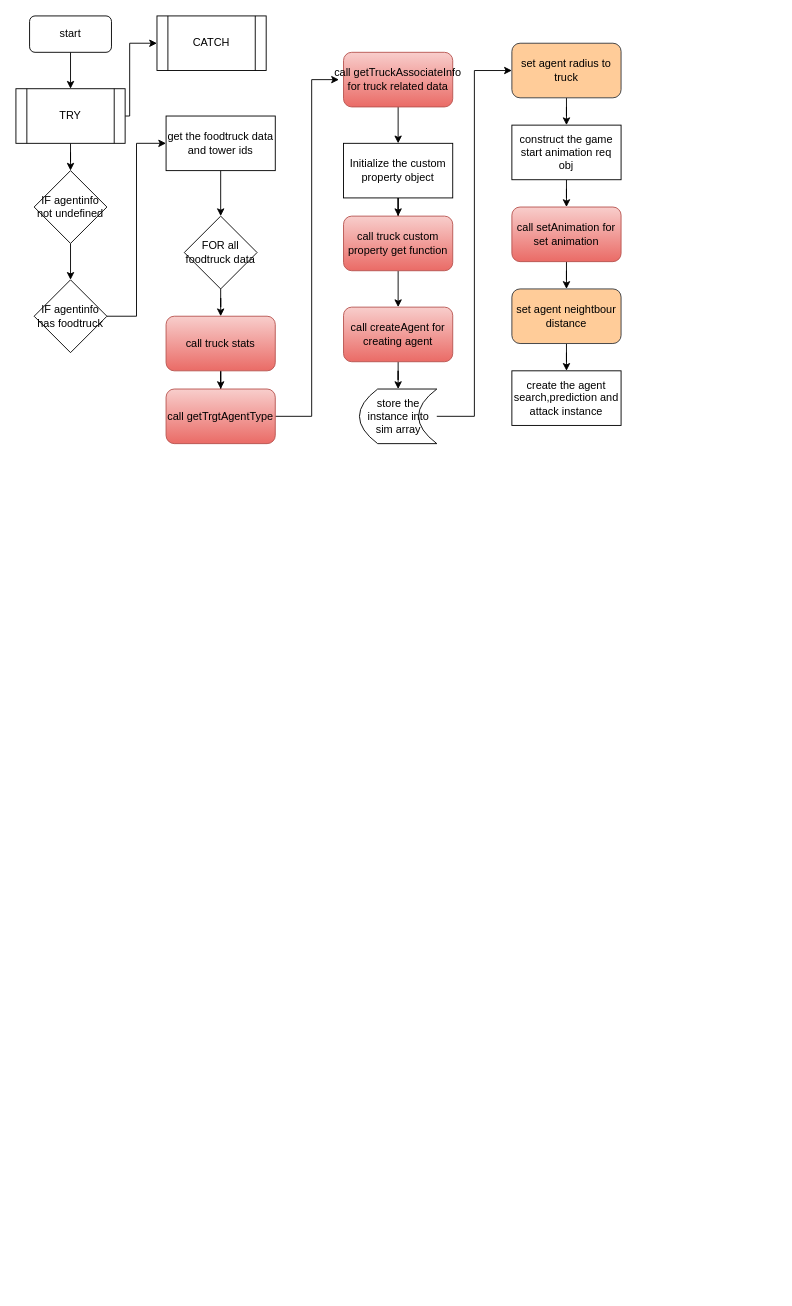
Earlier version of the draw.io diagram Agents/createAgents.drawio (sivagit/diagrams). Source tidied: cells renumbered, new cells numbered last; positions are measured from the earlier drawing's top-left corner, leaving out a move shared by most shapes. Both pictures are drawn from the tidied source at 91%, with x=0, y=0 at pixel (15, 15).
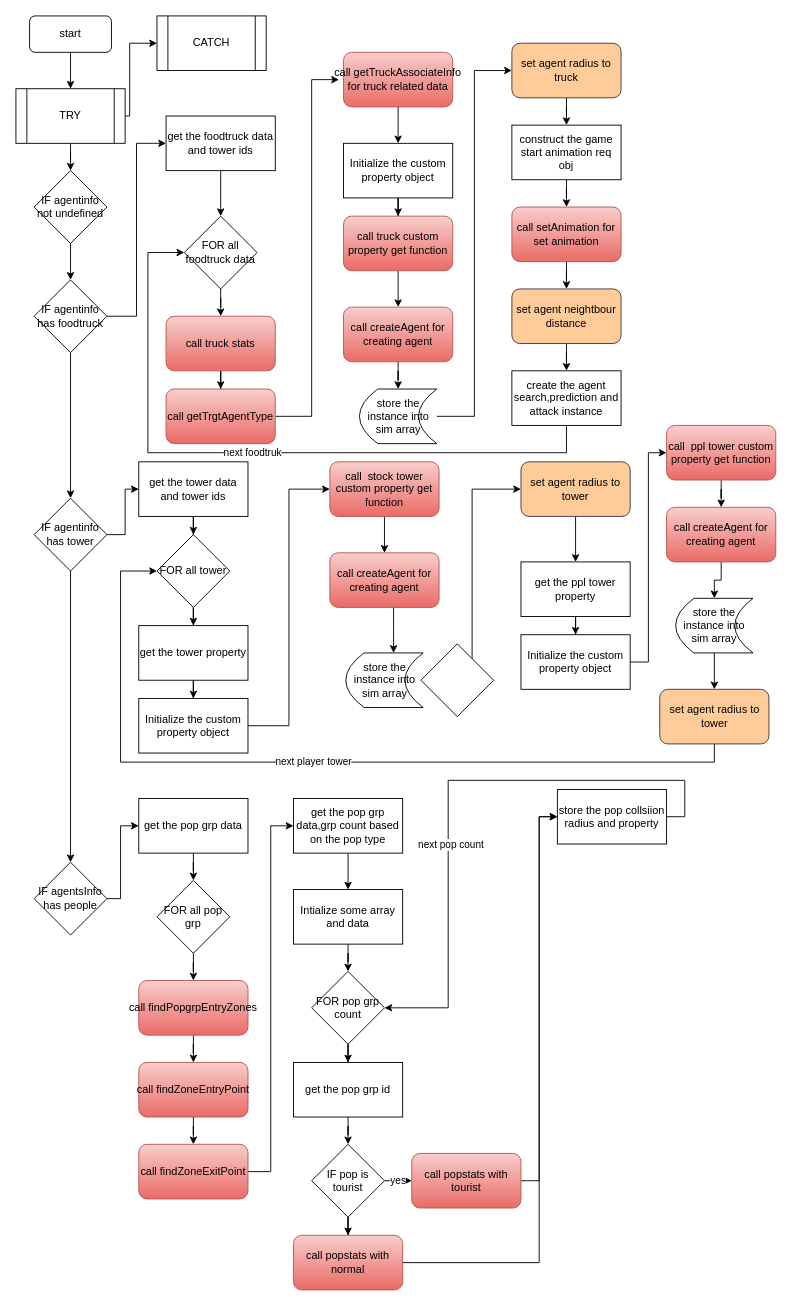
The same diagram, later.

Unchanged cells that the change refers to:
```xml
<mxCell id="11" value="IF agentinfo has foodtruck" style="rhombus;whiteSpace=wrap;html=1;" parent="1" vertex="1">
  <mxGeometry x="20" y="290" width="80" height="80" as="geometry" />
</mxCell>
<mxCell id="15" value="FOR all foodtruck data" style="rhombus;whiteSpace=wrap;html=1;rounded=0;" parent="1" vertex="1">
  <mxGeometry x="185" y="220" width="80" height="80" as="geometry" />
</mxCell>
<mxCell id="38" value="create the agent search,prediction and attack instance" style="rounded=0;whiteSpace=wrap;html=1;" parent="1" vertex="1">
  <mxGeometry x="545" y="390" width="120" height="60" as="geometry" />
</mxCell>
```

Change to the diagram source:
```diff
@@
+    <mxCell id="39" style="edgeStyle=orthogonalEdgeStyle;rounded=0;jettySize=auto;html=1;" parent="1" edge="1" source="11" target="43">
+      <mxGeometry relative="1" as="geometry" />
+    </mxCell>
@@
+    <mxCell id="40" value="next foodtruk" style="edgeStyle=orthogonalEdgeStyle;rounded=0;jettySize=auto;html=1;entryX=0;entryY=0.5;entryDx=0;entryDy=0;" parent="1" edge="1" source="38" target="15">
+      <mxGeometry relative="1" as="geometry">
+        <Array as="points">
+          <mxPoint x="605" y="480" />
+          <mxPoint x="145" y="480" />
+          <mxPoint x="145" y="260" />
+        </Array>
+      </mxGeometry>
+    </mxCell>
@@
+    <mxCell id="41" style="edgeStyle=orthogonalEdgeStyle;rounded=0;jettySize=auto;html=1;entryX=0;entryY=0.5;entryDx=0;entryDy=0;" parent="1" edge="1" source="43" target="45">
+      <mxGeometry relative="1" as="geometry" />
+    </mxCell>
+    <mxCell id="42" style="edgeStyle=orthogonalEdgeStyle;rounded=0;jettySize=auto;html=1;entryX=0.5;entryY=0;entryDx=0;entryDy=0;" parent="1" edge="1" source="43" target="74">
+      <mxGeometry relative="1" as="geometry" />
+    </mxCell>
+    <mxCell id="43" value="IF agentinfo has tower" style="rhombus;whiteSpace=wrap;html=1;" parent="1" vertex="1">
+      <mxGeometry x="20" y="530" width="80" height="80" as="geometry" />
+    </mxCell>
+    <mxCell id="44" style="edgeStyle=orthogonalEdgeStyle;rounded=0;jettySize=auto;html=1;" parent="1" edge="1" source="45" target="47">
+      <mxGeometry relative="1" as="geometry" />
+    </mxCell>
+    <mxCell id="45" value="get the tower data and tower ids" style="rounded=0;whiteSpace=wrap;html=1;" parent="1" vertex="1">
+      <mxGeometry x="135" y="490" width="120" height="60" as="geometry" />
+    </mxCell>
+    <mxCell id="46" style="edgeStyle=orthogonalEdgeStyle;rounded=0;jettySize=auto;html=1;" parent="1" edge="1" source="47" target="49">
+      <mxGeometry relative="1" as="geometry" />
+    </mxCell>
+    <mxCell id="47" value="FOR all tower" style="rhombus;whiteSpace=wrap;html=1;rounded=0;" parent="1" vertex="1">
+      <mxGeometry x="155" y="570" width="80" height="80" as="geometry" />
+    </mxCell>
+    <mxCell id="48" style="edgeStyle=orthogonalEdgeStyle;rounded=0;jettySize=auto;html=1;" parent="1" edge="1" source="49" target="51">
+      <mxGeometry relative="1" as="geometry" />
+    </mxCell>
+    <mxCell id="49" value="get the tower property" style="rounded=0;whiteSpace=wrap;html=1;" parent="1" vertex="1">
+      <mxGeometry x="135" y="670" width="120" height="60" as="geometry" />
+    </mxCell>
+    <mxCell id="50" style="edgeStyle=orthogonalEdgeStyle;rounded=0;jettySize=auto;html=1;entryX=0;entryY=0.5;entryDx=0;entryDy=0;" parent="1" edge="1" source="51" target="53">
+      <mxGeometry relative="1" as="geometry" />
+    </mxCell>
+    <mxCell id="51" value="Initialize the custom property object" style="rounded=0;whiteSpace=wrap;html=1;" parent="1" vertex="1">
+      <mxGeometry x="135" y="750" width="120" height="60" as="geometry" />
+    </mxCell>
+    <mxCell id="52" style="edgeStyle=orthogonalEdgeStyle;rounded=0;jettySize=auto;html=1;" parent="1" edge="1" source="53" target="55">
+      <mxGeometry relative="1" as="geometry" />
+    </mxCell>
+    <mxCell id="53" value="call&amp;nbsp; stock tower custom property get function" style="rounded=1;whiteSpace=wrap;html=1;fillColor=#f8cecc;gradientColor=#ea6b66;strokeColor=#b85450;" parent="1" vertex="1">
+      <mxGeometry x="345" y="490" width="120" height="60" as="geometry" />
+    </mxCell>
+    <mxCell id="54" style="edgeStyle=orthogonalEdgeStyle;rounded=0;jettySize=auto;html=1;" parent="1" edge="1" source="55" target="57">
+      <mxGeometry relative="1" as="geometry">
+        <Array as="points">
+          <mxPoint x="415" y="675" />
+          <mxPoint x="415" y="675" />
+        </Array>
+      </mxGeometry>
+    </mxCell>
+    <mxCell id="55" value="call&amp;nbsp;createAgent for creating agent" style="rounded=1;whiteSpace=wrap;html=1;fillColor=#f8cecc;gradientColor=#ea6b66;strokeColor=#b85450;" parent="1" vertex="1">
+      <mxGeometry x="345" y="590" width="120" height="60" as="geometry" />
+    </mxCell>
+    <mxCell id="56" style="edgeStyle=orthogonalEdgeStyle;rounded=0;jettySize=auto;html=1;entryX=0;entryY=0.5;entryDx=0;entryDy=0;" parent="1" edge="1" source="57" target="59">
+      <mxGeometry relative="1" as="geometry" />
+    </mxCell>
+    <mxCell id="57" value="store the instance into sim array" style="shape=dataStorage;whiteSpace=wrap;html=1;fixedSize=1;" parent="1" vertex="1">
+      <mxGeometry x="362.5" y="700" width="85" height="60" as="geometry" />
+    </mxCell>
+    <mxCell id="58" style="edgeStyle=orthogonalEdgeStyle;rounded=0;jettySize=auto;html=1;" parent="1" edge="1" source="59" target="61">
+      <mxGeometry relative="1" as="geometry" />
+    </mxCell>
+    <mxCell id="59" value="set agent radius to tower" style="rounded=1;whiteSpace=wrap;html=1;fillColor=#ffcc99;strokeColor=#36393d;" parent="1" vertex="1">
+      <mxGeometry x="555" y="490" width="120" height="60" as="geometry" />
+    </mxCell>
+    <mxCell id="60" style="edgeStyle=orthogonalEdgeStyle;rounded=0;jettySize=auto;html=1;" parent="1" edge="1" source="61" target="63">
+      <mxGeometry relative="1" as="geometry" />
+    </mxCell>
+    <mxCell id="61" value="get the ppl tower property" style="rounded=0;whiteSpace=wrap;html=1;" parent="1" vertex="1">
+      <mxGeometry x="555" y="600" width="120" height="60" as="geometry" />
+    </mxCell>
+    <mxCell id="62" style="edgeStyle=orthogonalEdgeStyle;rounded=0;jettySize=auto;html=1;entryX=0;entryY=0.5;entryDx=0;entryDy=0;" parent="1" edge="1" source="63" target="65">
+      <mxGeometry relative="1" as="geometry" />
+    </mxCell>
+    <mxCell id="63" value="Initialize the custom property object" style="rounded=0;whiteSpace=wrap;html=1;" parent="1" vertex="1">
+      <mxGeometry x="555" y="680" width="120" height="60" as="geometry" />
+    </mxCell>
+    <mxCell id="64" style="edgeStyle=orthogonalEdgeStyle;rounded=0;jettySize=auto;html=1;" parent="1" edge="1" source="65" target="67">
+      <mxGeometry relative="1" as="geometry" />
+    </mxCell>
+    <mxCell id="65" value="call&amp;nbsp; ppl tower custom property get function" style="rounded=1;whiteSpace=wrap;html=1;fillColor=#f8cecc;gradientColor=#ea6b66;strokeColor=#b85450;" parent="1" vertex="1">
+      <mxGeometry x="715" y="450" width="120" height="60" as="geometry" />
+    </mxCell>
+    <mxCell id="66" style="edgeStyle=orthogonalEdgeStyle;rounded=0;jettySize=auto;html=1;" parent="1" edge="1" source="67" target="69">
+      <mxGeometry relative="1" as="geometry" />
+    </mxCell>
+    <mxCell id="67" value="call&amp;nbsp;createAgent for creating agent" style="rounded=1;whiteSpace=wrap;html=1;fillColor=#f8cecc;gradientColor=#ea6b66;strokeColor=#b85450;" parent="1" vertex="1">
+      <mxGeometry x="715" y="540" width="120" height="60" as="geometry" />
+    </mxCell>
+    <mxCell id="68" style="edgeStyle=orthogonalEdgeStyle;rounded=0;jettySize=auto;html=1;" parent="1" edge="1" source="69" target="71">
+      <mxGeometry relative="1" as="geometry" />
+    </mxCell>
+    <mxCell id="69" value="store the instance into sim array" style="shape=dataStorage;whiteSpace=wrap;html=1;fixedSize=1;" parent="1" vertex="1">
+      <mxGeometry x="725" y="640" width="85" height="60" as="geometry" />
+    </mxCell>
+    <mxCell id="70" value="next player tower" style="edgeStyle=orthogonalEdgeStyle;rounded=0;jettySize=auto;html=1;entryX=0;entryY=0.5;entryDx=0;entryDy=0;" parent="1" edge="1" source="71" target="47">
+      <mxGeometry relative="1" as="geometry">
+        <Array as="points">
+          <mxPoint x="768" y="820" />
+          <mxPoint x="115" y="820" />
+          <mxPoint x="115" y="610" />
+        </Array>
+      </mxGeometry>
+    </mxCell>
+    <mxCell id="71" value="set agent radius to tower" style="rounded=1;whiteSpace=wrap;html=1;fillColor=#ffcc99;strokeColor=#36393d;" parent="1" vertex="1">
+      <mxGeometry x="707.5" y="740" width="120" height="60" as="geometry" />
+    </mxCell>
+    <mxCell id="72" style="rhombus;whiteSpace=wrap;html=1;" parent="1" vertex="1">
+      <mxGeometry x="445" y="690" width="80" height="80" as="geometry" />
+    </mxCell>
+    <mxCell id="73" style="edgeStyle=orthogonalEdgeStyle;rounded=0;jettySize=auto;html=1;entryX=0;entryY=0.5;entryDx=0;entryDy=0;" parent="1" edge="1" source="74" target="76">
+      <mxGeometry relative="1" as="geometry">
+        <Array as="points">
+          <mxPoint x="115" y="970" />
+          <mxPoint x="115" y="890" />
+        </Array>
+      </mxGeometry>
+    </mxCell>
+    <mxCell id="74" value="IF agentsInfo&lt;br&gt;has people" style="rhombus;whiteSpace=wrap;html=1;" parent="1" vertex="1">
+      <mxGeometry x="20" y="930" width="80" height="80" as="geometry" />
+    </mxCell>
+    <mxCell id="75" style="edgeStyle=orthogonalEdgeStyle;rounded=0;jettySize=auto;html=1;" parent="1" edge="1" source="76" target="78">
+      <mxGeometry relative="1" as="geometry" />
+    </mxCell>
+    <mxCell id="76" value="get the pop grp data" style="rounded=0;whiteSpace=wrap;html=1;" parent="1" vertex="1">
+      <mxGeometry x="135" y="860" width="120" height="60" as="geometry" />
+    </mxCell>
+    <mxCell id="77" style="edgeStyle=orthogonalEdgeStyle;rounded=0;jettySize=auto;html=1;" parent="1" edge="1" source="78" target="80">
+      <mxGeometry relative="1" as="geometry" />
+    </mxCell>
+    <mxCell id="78" value="FOR all pop grp" style="rhombus;whiteSpace=wrap;html=1;rounded=0;" parent="1" vertex="1">
+      <mxGeometry x="155" y="950" width="80" height="80" as="geometry" />
+    </mxCell>
+    <mxCell id="79" style="edgeStyle=orthogonalEdgeStyle;rounded=0;jettySize=auto;html=1;" parent="1" edge="1" source="80" target="82">
+      <mxGeometry relative="1" as="geometry" />
+    </mxCell>
+    <mxCell id="80" value="call&amp;nbsp;findPopgrpEntryZones" style="rounded=1;whiteSpace=wrap;html=1;fillColor=#f8cecc;gradientColor=#ea6b66;strokeColor=#b85450;" parent="1" vertex="1">
+      <mxGeometry x="135" y="1060" width="120" height="60" as="geometry" />
+    </mxCell>
+    <mxCell id="81" style="edgeStyle=orthogonalEdgeStyle;rounded=0;jettySize=auto;html=1;" parent="1" edge="1" source="82" target="84">
+      <mxGeometry relative="1" as="geometry" />
+    </mxCell>
+    <mxCell id="82" value="call&amp;nbsp;findZoneEntryPoint" style="rounded=1;whiteSpace=wrap;html=1;fillColor=#f8cecc;gradientColor=#ea6b66;strokeColor=#b85450;" parent="1" vertex="1">
+      <mxGeometry x="135" y="1150" width="120" height="60" as="geometry" />
+    </mxCell>
+    <mxCell id="83" style="edgeStyle=orthogonalEdgeStyle;rounded=0;jettySize=auto;html=1;entryX=0;entryY=0.5;entryDx=0;entryDy=0;" parent="1" edge="1" source="84" target="86">
+      <mxGeometry relative="1" as="geometry" />
+    </mxCell>
+    <mxCell id="84" value="call&amp;nbsp;findZoneExitPoint" style="rounded=1;whiteSpace=wrap;html=1;fillColor=#f8cecc;gradientColor=#ea6b66;strokeColor=#b85450;" parent="1" vertex="1">
+      <mxGeometry x="135" y="1240" width="120" height="60" as="geometry" />
+    </mxCell>
+    <mxCell id="85" style="edgeStyle=orthogonalEdgeStyle;rounded=0;jettySize=auto;html=1;" parent="1" edge="1" source="86" target="88">
+      <mxGeometry relative="1" as="geometry" />
+    </mxCell>
+    <mxCell id="86" value="get the pop grp data,grp count based on the pop type" style="rounded=0;whiteSpace=wrap;html=1;" parent="1" vertex="1">
+      <mxGeometry x="305" y="860" width="120" height="60" as="geometry" />
+    </mxCell>
+    <mxCell id="87" style="edgeStyle=orthogonalEdgeStyle;rounded=0;jettySize=auto;html=1;" parent="1" edge="1" source="88" target="90">
+      <mxGeometry relative="1" as="geometry" />
+    </mxCell>
+    <mxCell id="88" value="Intialize some array and data" style="rounded=0;whiteSpace=wrap;html=1;" parent="1" vertex="1">
+      <mxGeometry x="305" y="960" width="120" height="60" as="geometry" />
+    </mxCell>
+    <mxCell id="89" style="edgeStyle=orthogonalEdgeStyle;rounded=0;jettySize=auto;html=1;" parent="1" edge="1" source="90" target="92">
+      <mxGeometry relative="1" as="geometry" />
+    </mxCell>
+    <mxCell id="90" value="FOR pop grp count" style="rhombus;whiteSpace=wrap;html=1;rounded=0;" parent="1" vertex="1">
+      <mxGeometry x="325" y="1050" width="80" height="80" as="geometry" />
+    </mxCell>
+    <mxCell id="91" style="edgeStyle=orthogonalEdgeStyle;rounded=0;jettySize=auto;html=1;" parent="1" edge="1" source="92" target="95">
+      <mxGeometry relative="1" as="geometry" />
+    </mxCell>
+    <mxCell id="92" value="get the pop grp id" style="whiteSpace=wrap;html=1;rounded=0;" parent="1" vertex="1">
+      <mxGeometry x="305" y="1150" width="120" height="60" as="geometry" />
+    </mxCell>
+    <mxCell id="93" value="yes" style="edgeStyle=orthogonalEdgeStyle;rounded=0;jettySize=auto;html=1;" parent="1" edge="1" source="95" target="97">
+      <mxGeometry relative="1" as="geometry" />
+    </mxCell>
+    <mxCell id="94" style="edgeStyle=orthogonalEdgeStyle;rounded=0;jettySize=auto;html=1;" parent="1" edge="1" source="95" target="99">
+      <mxGeometry relative="1" as="geometry" />
+    </mxCell>
+    <mxCell id="95" value="IF pop is tourist" style="rhombus;whiteSpace=wrap;html=1;rounded=0;" parent="1" vertex="1">
+      <mxGeometry x="325" y="1240" width="80" height="80" as="geometry" />
+    </mxCell>
+    <mxCell id="96" style="edgeStyle=orthogonalEdgeStyle;rounded=0;jettySize=auto;html=1;entryX=0;entryY=0.5;entryDx=0;entryDy=0;" parent="1" edge="1" source="97" target="102">
+      <mxGeometry relative="1" as="geometry" />
+    </mxCell>
+    <mxCell id="97" value="call popstats with tourist" style="rounded=1;whiteSpace=wrap;html=1;fillColor=#f8cecc;gradientColor=#ea6b66;strokeColor=#b85450;" parent="1" vertex="1">
+      <mxGeometry x="435" y="1250" width="120" height="60" as="geometry" />
+    </mxCell>
+    <mxCell id="98" style="edgeStyle=orthogonalEdgeStyle;rounded=0;jettySize=auto;html=1;entryX=0;entryY=0.5;entryDx=0;entryDy=0;" parent="1" edge="1" source="99" target="102">
+      <mxGeometry relative="1" as="geometry">
+        <Array as="points">
+          <mxPoint x="575" y="1370" />
+          <mxPoint x="575" y="880" />
+        </Array>
+      </mxGeometry>
+    </mxCell>
+    <mxCell id="99" value="call popstats with normal" style="rounded=1;whiteSpace=wrap;html=1;fillColor=#f8cecc;gradientColor=#ea6b66;strokeColor=#b85450;" parent="1" vertex="1">
+      <mxGeometry x="305" y="1340" width="120" height="60" as="geometry" />
+    </mxCell>
+    <mxCell id="100" style="edgeStyle=orthogonalEdgeStyle;rounded=0;jettySize=auto;html=1;entryX=1;entryY=0.5;entryDx=0;entryDy=0;exitX=1;exitY=0.5;exitDx=0;exitDy=0;" parent="1" edge="1" source="102" target="90">
+      <mxGeometry relative="1" as="geometry">
+        <Array as="points">
+          <mxPoint x="735" y="880" />
+          <mxPoint x="735" y="840" />
+          <mxPoint x="475" y="840" />
+          <mxPoint x="475" y="1090" />
+        </Array>
+      </mxGeometry>
+    </mxCell>
+    <mxCell id="101" value="next pop count" style="edgeLabel;html=1;align=center;verticalAlign=middle;" parent="100" vertex="1">
+      <mxGeometry x="0.22" y="2" relative="1" as="geometry" />
+    </mxCell>
+    <mxCell id="102" value="store the pop collsiion radius and property" style="whiteSpace=wrap;html=1;rounded=0;" parent="1" vertex="1">
+      <mxGeometry x="595" y="850" width="120" height="60" as="geometry" />
+    </mxCell>
```
